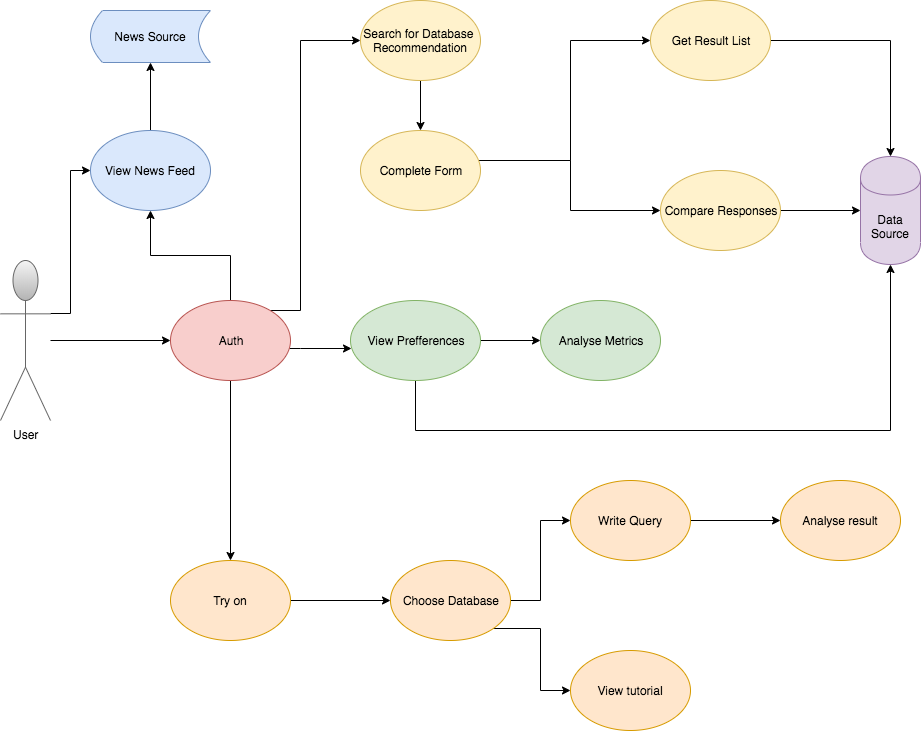
Earlier version of the draw.io export public/resources/use_case.png (camelia9/DABS). Source tidied: cells renumbered, new cells last; positions are measured from the earlier drawing's top-left corner, leaving out a move shared by most shapes. The source it was exported from:
```xml
<mxGraphModel>
  <root>
    <mxCell id="0" />
    <mxCell id="1" parent="0" />
    <mxCell id="2" style="edgeStyle=orthogonalEdgeStyle;rounded=0;jettySize=auto;html=1;entryX=0;entryY=0.5;entryDx=0;entryDy=0;" parent="1" edge="1" source="4" target="9">
      <mxGeometry relative="1" as="geometry" />
    </mxCell>
    <mxCell id="3" style="edgeStyle=orthogonalEdgeStyle;rounded=0;jettySize=auto;html=1;exitX=1;exitY=0.3333333333333333;exitDx=0;exitDy=0;exitPerimeter=0;entryX=0;entryY=0.5;entryDx=0;entryDy=0;" parent="1" edge="1" source="4" target="22">
      <mxGeometry relative="1" as="geometry" />
    </mxCell>
    <mxCell id="4" value="User" style="shape=umlActor;verticalLabelPosition=bottom;labelBackgroundColor=#ffffff;verticalAlign=top;html=1;outlineConnect=0;gradientColor=#b3b3b3;fillColor=#f5f5f5;strokeColor=#666666;" parent="1" vertex="1">
      <mxGeometry y="260" width="50" height="160" as="geometry" />
    </mxCell>
    <mxCell id="5" style="edgeStyle=orthogonalEdgeStyle;rounded=0;jettySize=auto;html=1;entryX=0.5;entryY=1;entryDx=0;entryDy=0;" parent="1" edge="1" source="9" target="22">
      <mxGeometry relative="1" as="geometry" />
    </mxCell>
    <mxCell id="6" style="edgeStyle=orthogonalEdgeStyle;rounded=0;jettySize=auto;html=1;entryX=0;entryY=0.5;entryDx=0;entryDy=0;" parent="1" edge="1" source="9" target="11">
      <mxGeometry relative="1" as="geometry">
        <Array as="points">
          <mxPoint x="300" y="310" />
          <mxPoint x="300" y="40" />
        </Array>
      </mxGeometry>
    </mxCell>
    <mxCell id="7" style="edgeStyle=orthogonalEdgeStyle;rounded=0;jettySize=auto;html=1;entryX=0.008;entryY=0.6;entryDx=0;entryDy=0;entryPerimeter=0;" parent="1" edge="1" source="9" target="25">
      <mxGeometry relative="1" as="geometry">
        <Array as="points">
          <mxPoint x="300" y="348" />
          <mxPoint x="300" y="348" />
        </Array>
      </mxGeometry>
    </mxCell>
    <mxCell id="8" style="edgeStyle=orthogonalEdgeStyle;rounded=0;jettySize=auto;html=1;" parent="1" edge="1" source="9" target="20">
      <mxGeometry relative="1" as="geometry" />
    </mxCell>
    <mxCell id="9" value="Auth" style="ellipse;whiteSpace=wrap;html=1;fillColor=#f8cecc;strokeColor=#b85450;" parent="1" vertex="1">
      <mxGeometry x="170" y="300" width="120" height="80" as="geometry" />
    </mxCell>
    <mxCell id="10" style="edgeStyle=orthogonalEdgeStyle;rounded=0;jettySize=auto;html=1;entryX=0.5;entryY=0;entryDx=0;entryDy=0;" parent="1" edge="1" source="11" target="14">
      <mxGeometry relative="1" as="geometry" />
    </mxCell>
    <mxCell id="11" value="Search for Database&amp;nbsp;&lt;br&gt;Recommendation" style="ellipse;whiteSpace=wrap;html=1;fillColor=#fff2cc;strokeColor=#d6b656;" parent="1" vertex="1">
      <mxGeometry x="360" width="120" height="80" as="geometry" />
    </mxCell>
    <mxCell id="12" style="edgeStyle=orthogonalEdgeStyle;rounded=0;jettySize=auto;html=1;entryX=0;entryY=0.5;entryDx=0;entryDy=0;" parent="1" edge="1" target="16">
      <mxGeometry relative="1" as="geometry">
        <mxPoint x="550" y="160" as="sourcePoint" />
        <Array as="points">
          <mxPoint x="570" y="160" />
          <mxPoint x="570" y="40" />
        </Array>
      </mxGeometry>
    </mxCell>
    <mxCell id="13" style="edgeStyle=orthogonalEdgeStyle;rounded=0;jettySize=auto;html=1;entryX=0;entryY=0.5;entryDx=0;entryDy=0;" parent="1" edge="1" source="14" target="18">
      <mxGeometry relative="1" as="geometry">
        <Array as="points">
          <mxPoint x="570" y="160" />
          <mxPoint x="570" y="210" />
        </Array>
      </mxGeometry>
    </mxCell>
    <mxCell id="14" value="Complete Form" style="ellipse;whiteSpace=wrap;html=1;fillColor=#fff2cc;strokeColor=#d6b656;" parent="1" vertex="1">
      <mxGeometry x="360" y="130" width="120" height="80" as="geometry" />
    </mxCell>
    <mxCell id="15" style="edgeStyle=orthogonalEdgeStyle;rounded=0;jettySize=auto;html=1;entryX=0.5;entryY=0;entryDx=0;entryDy=0;" parent="1" edge="1" source="16" target="26">
      <mxGeometry relative="1" as="geometry" />
    </mxCell>
    <mxCell id="16" value="Get Result List" style="ellipse;whiteSpace=wrap;html=1;fillColor=#fff2cc;strokeColor=#d6b656;" parent="1" vertex="1">
      <mxGeometry x="650" width="120" height="80" as="geometry" />
    </mxCell>
    <mxCell id="17" style="edgeStyle=orthogonalEdgeStyle;rounded=0;jettySize=auto;html=1;" parent="1" edge="1" source="18" target="26">
      <mxGeometry relative="1" as="geometry" />
    </mxCell>
    <mxCell id="18" value="Compare Responses" style="ellipse;whiteSpace=wrap;html=1;fillColor=#fff2cc;strokeColor=#d6b656;" parent="1" vertex="1">
      <mxGeometry x="660" y="170" width="120" height="80" as="geometry" />
    </mxCell>
    <mxCell id="19" style="edgeStyle=orthogonalEdgeStyle;rounded=0;jettySize=auto;html=1;entryX=0;entryY=0.5;entryDx=0;entryDy=0;" parent="1" edge="1" source="20" target="30">
      <mxGeometry relative="1" as="geometry" />
    </mxCell>
    <mxCell id="20" value="Try on" style="ellipse;whiteSpace=wrap;html=1;fillColor=#ffe6cc;strokeColor=#d79b00;" parent="1" vertex="1">
      <mxGeometry x="170" y="560" width="120" height="80" as="geometry" />
    </mxCell>
    <mxCell id="21" style="edgeStyle=orthogonalEdgeStyle;rounded=0;jettySize=auto;html=1;entryX=0.5;entryY=1;entryDx=0;entryDy=0;" parent="1" edge="1" source="22" target="35">
      <mxGeometry relative="1" as="geometry" />
    </mxCell>
    <mxCell id="22" value="View News Feed" style="ellipse;whiteSpace=wrap;html=1;fillColor=#dae8fc;strokeColor=#6c8ebf;" parent="1" vertex="1">
      <mxGeometry x="90" y="130" width="120" height="80" as="geometry" />
    </mxCell>
    <mxCell id="23" style="edgeStyle=orthogonalEdgeStyle;rounded=0;jettySize=auto;html=1;" parent="1" edge="1" source="25" target="27">
      <mxGeometry relative="1" as="geometry" />
    </mxCell>
    <mxCell id="24" style="edgeStyle=orthogonalEdgeStyle;rounded=0;jettySize=auto;html=1;exitX=0.5;exitY=1;exitDx=0;exitDy=0;entryX=0.5;entryY=1;entryDx=0;entryDy=0;" parent="1" edge="1" source="25" target="26">
      <mxGeometry relative="1" as="geometry">
        <Array as="points">
          <mxPoint x="415" y="430" />
          <mxPoint x="890" y="430" />
        </Array>
      </mxGeometry>
    </mxCell>
    <mxCell id="25" value="View Prefferences" style="ellipse;whiteSpace=wrap;html=1;fillColor=#d5e8d4;strokeColor=#82b366;" parent="1" vertex="1">
      <mxGeometry x="350" y="300" width="130" height="80" as="geometry" />
    </mxCell>
    <mxCell id="26" value="Data Source" style="shape=cylinder;whiteSpace=wrap;html=1;boundedLbl=1;backgroundOutline=1;fillColor=#e1d5e7;strokeColor=#9673a6;" parent="1" vertex="1">
      <mxGeometry x="860" y="156" width="60" height="108" as="geometry" />
    </mxCell>
    <mxCell id="27" value="Analyse Metrics" style="ellipse;whiteSpace=wrap;html=1;fillColor=#d5e8d4;strokeColor=#82b366;" parent="1" vertex="1">
      <mxGeometry x="540" y="300" width="120" height="80" as="geometry" />
    </mxCell>
    <mxCell id="28" style="edgeStyle=orthogonalEdgeStyle;rounded=0;jettySize=auto;html=1;exitX=1;exitY=0.5;exitDx=0;exitDy=0;" parent="1" edge="1" source="30" target="32">
      <mxGeometry relative="1" as="geometry" />
    </mxCell>
    <mxCell id="29" style="edgeStyle=orthogonalEdgeStyle;rounded=0;jettySize=auto;html=1;exitX=1;exitY=1;exitDx=0;exitDy=0;entryX=0;entryY=0.5;entryDx=0;entryDy=0;" parent="1" edge="1" source="30" target="33">
      <mxGeometry relative="1" as="geometry" />
    </mxCell>
    <mxCell id="30" value="Choose Database" style="ellipse;whiteSpace=wrap;html=1;fillColor=#ffe6cc;strokeColor=#d79b00;" parent="1" vertex="1">
      <mxGeometry x="390" y="560" width="120" height="80" as="geometry" />
    </mxCell>
    <mxCell id="31" style="edgeStyle=orthogonalEdgeStyle;rounded=0;jettySize=auto;html=1;exitX=1;exitY=0.5;exitDx=0;exitDy=0;" parent="1" edge="1" source="32" target="34">
      <mxGeometry relative="1" as="geometry" />
    </mxCell>
    <mxCell id="32" value="Write Query" style="ellipse;whiteSpace=wrap;html=1;fillColor=#ffe6cc;strokeColor=#d79b00;" parent="1" vertex="1">
      <mxGeometry x="570" y="480" width="120" height="80" as="geometry" />
    </mxCell>
    <mxCell id="33" value="View tutorial" style="ellipse;whiteSpace=wrap;html=1;fillColor=#ffe6cc;strokeColor=#d79b00;" parent="1" vertex="1">
      <mxGeometry x="570" y="650" width="120" height="80" as="geometry" />
    </mxCell>
    <mxCell id="34" value="Analyse result" style="ellipse;whiteSpace=wrap;html=1;fillColor=#ffe6cc;strokeColor=#d79b00;" parent="1" vertex="1">
      <mxGeometry x="780" y="480" width="120" height="80" as="geometry" />
    </mxCell>
    <mxCell id="35" value="News Source" style="shape=dataStorage;whiteSpace=wrap;html=1;fillColor=#dae8fc;strokeColor=#6c8ebf;" parent="1" vertex="1">
      <mxGeometry x="90" y="10" width="120" height="52" as="geometry" />
    </mxCell>
  </root>
</mxGraphModel>
```
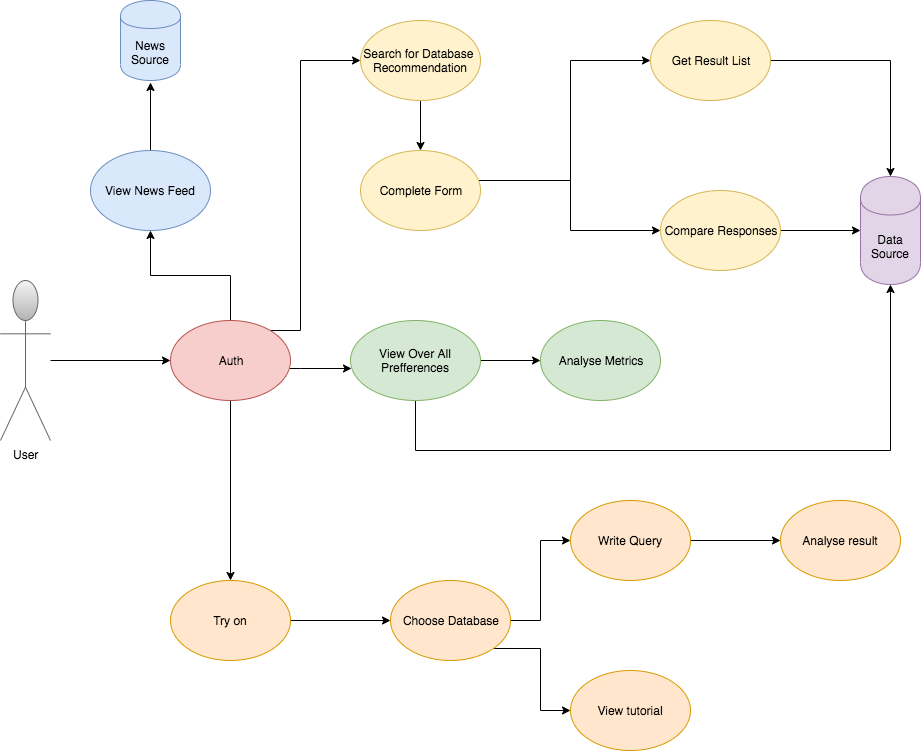
The same file after the commit.

What changed in the source:
```diff
@@ -5,9 +5,6 @@
     <mxCell id="2" style="edgeStyle=orthogonalEdgeStyle;rounded=0;jettySize=auto;html=1;entryX=0;entryY=0.5;entryDx=0;entryDy=0;" parent="1" edge="1" source="4" target="9">
       <mxGeometry relative="1" as="geometry" />
     </mxCell>
-    <mxCell id="3" style="edgeStyle=orthogonalEdgeStyle;rounded=0;jettySize=auto;html=1;exitX=1;exitY=0.3333333333333333;exitDx=0;exitDy=0;exitPerimeter=0;entryX=0;entryY=0.5;entryDx=0;entryDy=0;" parent="1" edge="1" source="4" target="22">
-      <mxGeometry relative="1" as="geometry" />
-    </mxCell>
     <mxCell id="4" value="User" style="shape=umlActor;verticalLabelPosition=bottom;labelBackgroundColor=#ffffff;verticalAlign=top;html=1;outlineConnect=0;gradientColor=#b3b3b3;fillColor=#f5f5f5;strokeColor=#666666;" parent="1" vertex="1">
       <mxGeometry y="260" width="50" height="160" as="geometry" />
     </mxCell>
@@ -80,8 +77,10 @@
     <mxCell id="20" value="Try on" style="ellipse;whiteSpace=wrap;html=1;fillColor=#ffe6cc;strokeColor=#d79b00;" parent="1" vertex="1">
       <mxGeometry x="170" y="560" width="120" height="80" as="geometry" />
     </mxCell>
-    <mxCell id="21" style="edgeStyle=orthogonalEdgeStyle;rounded=0;jettySize=auto;html=1;entryX=0.5;entryY=1;entryDx=0;entryDy=0;" parent="1" edge="1" source="22" target="35">
-      <mxGeometry relative="1" as="geometry" />
+    <mxCell id="21" style="edgeStyle=orthogonalEdgeStyle;rounded=0;jettySize=auto;html=1;entryX=0.5;entryY=1;entryDx=0;entryDy=0;" parent="1" edge="1" source="22">
+      <mxGeometry relative="1" as="geometry">
+        <mxPoint x="150" y="62" as="targetPoint" />
+      </mxGeometry>
     </mxCell>
     <mxCell id="22" value="View News Feed" style="ellipse;whiteSpace=wrap;html=1;fillColor=#dae8fc;strokeColor=#6c8ebf;" parent="1" vertex="1">
       <mxGeometry x="90" y="130" width="120" height="80" as="geometry" />
@@ -97,7 +96,7 @@
         </Array>
       </mxGeometry>
     </mxCell>
-    <mxCell id="25" value="View Prefferences" style="ellipse;whiteSpace=wrap;html=1;fillColor=#d5e8d4;strokeColor=#82b366;" parent="1" vertex="1">
+    <mxCell id="25" value="View Over All Prefferences" style="ellipse;whiteSpace=wrap;html=1;fillColor=#d5e8d4;strokeColor=#82b366;" parent="1" vertex="1">
       <mxGeometry x="350" y="300" width="130" height="80" as="geometry" />
     </mxCell>
     <mxCell id="26" value="Data Source" style="shape=cylinder;whiteSpace=wrap;html=1;boundedLbl=1;backgroundOutline=1;fillColor=#e1d5e7;strokeColor=#9673a6;" parent="1" vertex="1">
@@ -127,8 +126,8 @@
     <mxCell id="34" value="Analyse result" style="ellipse;whiteSpace=wrap;html=1;fillColor=#ffe6cc;strokeColor=#d79b00;" parent="1" vertex="1">
       <mxGeometry x="780" y="480" width="120" height="80" as="geometry" />
     </mxCell>
-    <mxCell id="35" value="News Source" style="shape=dataStorage;whiteSpace=wrap;html=1;fillColor=#dae8fc;strokeColor=#6c8ebf;" parent="1" vertex="1">
-      <mxGeometry x="90" y="10" width="120" height="52" as="geometry" />
+    <mxCell id="35" value="News Source" style="shape=cylinder;whiteSpace=wrap;html=1;boundedLbl=1;backgroundOutline=1;gradientColor=none;fillColor=#dae8fc;strokeColor=#6c8ebf;" parent="1" vertex="1">
+      <mxGeometry x="120" y="-20" width="60" height="80" as="geometry" />
     </mxCell>
   </root>
 </mxGraphModel>
```
